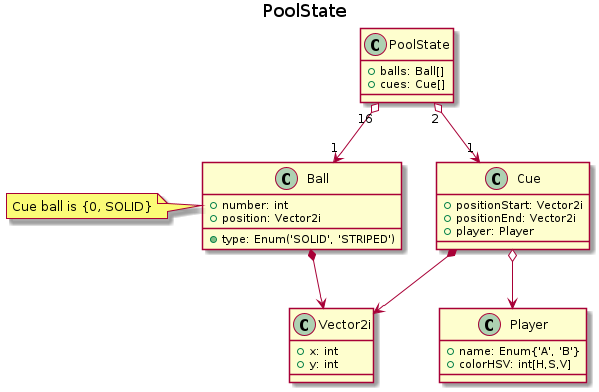
This is docs/src/diagrams/out/pull_state_cd.png from damiankoper/ripo, a PlantUML export, as it was before one commit.
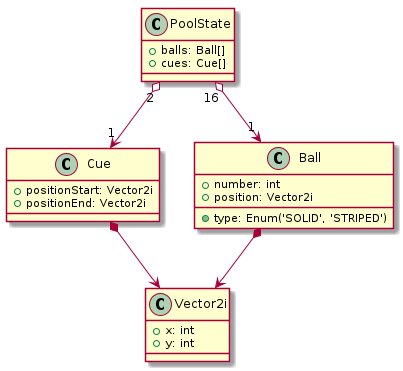
The same diagram one commit later.

What changed in the source:
```diff
@@ -1,25 +1,14 @@
 @startuml pull_state_cd
-title PoolState
 
 class Vector2i {
     + x: int
     + y: int
 }
 
-class Player {
-    + name: Enum{'A', 'B'}
-    + colorHSV: int[H,S,V]
-}
-
 class Cue {
     + positionStart: Vector2i
     + positionEnd: Vector2i
-    + player: Player
 }
-
-note left of Ball
-    Cue ball is {0, SOLID}
-end note
 
 class Ball {
     + number: int
@@ -27,7 +16,6 @@
     + type: Enum('SOLID', 'STRIPED')
 }
 
-Cue o--> Player
 Cue *--> Vector2i
 Ball *--> Vector2i
 
```
